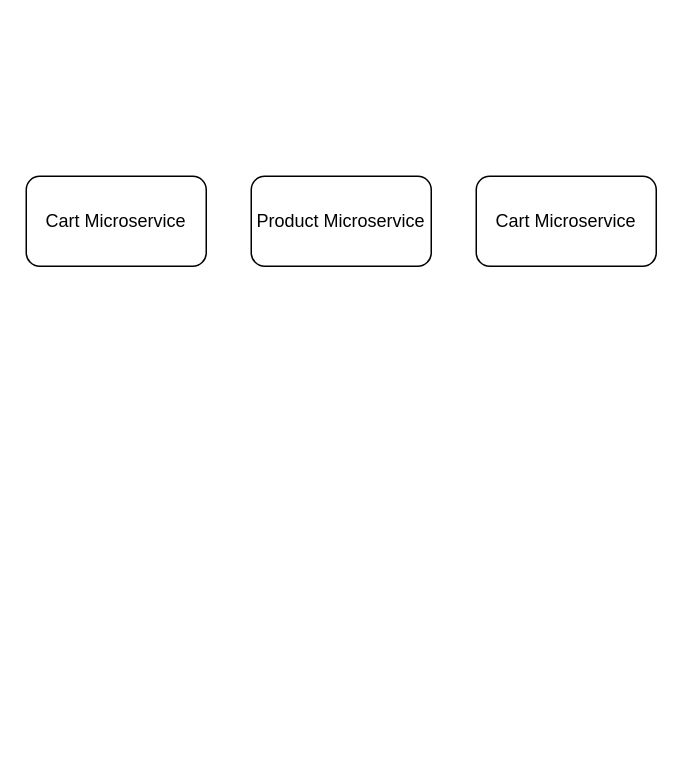
This is layeredArchitecture.drawio from aks805/318Diagrams, a draw.io file, before an edit. Source tidied: cells renumbered, new cells numbered last; positions are measured from the earlier drawing's top-left corner, leaving out a move shared by most shapes. Both pictures are drawn from the tidied source at 150%, with x=0, y=0 at pixel (26, 176).
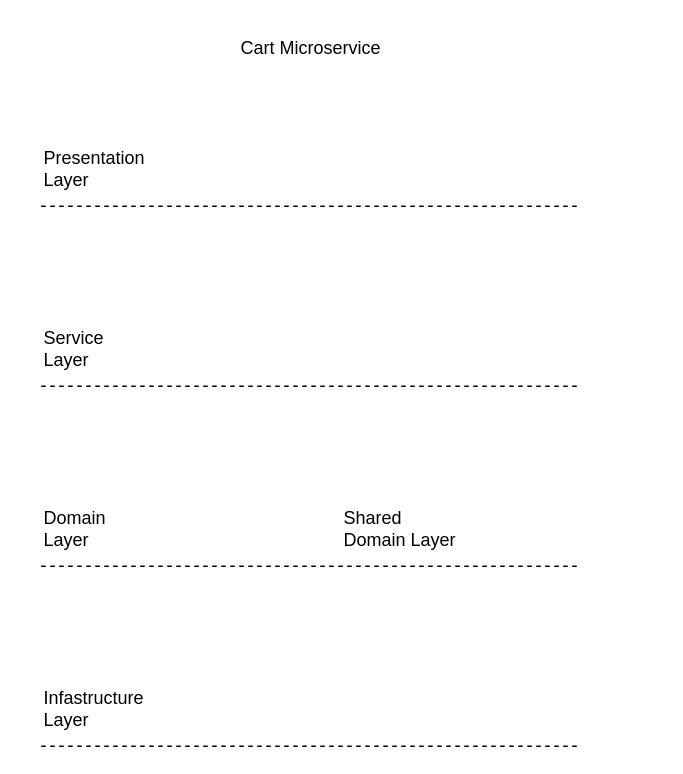
The same page after the edit.

Diff of the diagram source:
```diff
@@
 <mxGraphModel>
   <root>
     <mxCell id="0" />
     <mxCell id="1" parent="0" />
-    <mxCell id="2" value="Cart Microservice" style="rounded=1;whiteSpace=wrap;html=1;" parent="1" vertex="1">
-      <mxGeometry width="120" height="60" as="geometry" />
-    </mxCell>
-    <mxCell id="3" value="Product Microservice" style="rounded=1;whiteSpace=wrap;html=1;" parent="1" vertex="1">
-      <mxGeometry x="150" width="120" height="60" as="geometry" />
-    </mxCell>
-    <mxCell id="4" value="Cart Microservice" style="rounded=1;whiteSpace=wrap;html=1;" parent="1" vertex="1">
-      <mxGeometry x="300" width="120" height="60" as="geometry" />
-    </mxCell>
+    <mxCell id="5" value="Cart Microservice" style="text;html=1;align=center;verticalAlign=middle;whiteSpace=wrap;rounded=0;" parent="1" vertex="1">
+      <mxGeometry x="130" y="-100" width="120" height="30" as="geometry" />
+    </mxCell>
+    <mxCell id="6" style="endArrow=none;html=1;rounded=0;fixDash=1;curved=0;dashed=1;" parent="1" edge="1">
+      <mxGeometry relative="1" as="geometry">
+        <mxPoint x="10" y="20" as="sourcePoint" />
+        <mxPoint x="370" y="20" as="targetPoint" />
+      </mxGeometry>
+    </mxCell>
+    <mxCell id="7" style="endArrow=none;html=1;rounded=0;dashed=1;" parent="1" edge="1">
+      <mxGeometry relative="1" as="geometry">
+        <mxPoint x="10" y="140" as="sourcePoint" />
+        <mxPoint x="370" y="140" as="targetPoint" />
+      </mxGeometry>
+    </mxCell>
+    <mxCell id="8" style="endArrow=none;html=1;rounded=0;dashed=1;" parent="1" edge="1">
+      <mxGeometry relative="1" as="geometry">
+        <mxPoint x="10" y="260" as="sourcePoint" />
+        <mxPoint x="370" y="260" as="targetPoint" />
+      </mxGeometry>
+    </mxCell>
+    <mxCell id="9" value="Presentation Layer" style="text;html=1;align=left;verticalAlign=middle;whiteSpace=wrap;rounded=0;" parent="1" vertex="1">
+      <mxGeometry x="10" y="-20" width="60" height="30" as="geometry" />
+    </mxCell>
+    <mxCell id="10" value="Service Layer" style="text;html=1;align=left;verticalAlign=middle;whiteSpace=wrap;rounded=0;" parent="1" vertex="1">
+      <mxGeometry x="10" y="100" width="60" height="30" as="geometry" />
+    </mxCell>
+    <mxCell id="11" value="Domain Layer" style="text;html=1;align=left;verticalAlign=middle;whiteSpace=wrap;rounded=0;" parent="1" vertex="1">
+      <mxGeometry x="10" y="220" width="60" height="30" as="geometry" />
+    </mxCell>
+    <mxCell id="12" value="Infastructure Layer" style="text;html=1;align=left;verticalAlign=middle;whiteSpace=wrap;rounded=0;" parent="1" vertex="1">
+      <mxGeometry x="10" y="340" width="60" height="30" as="geometry" />
+    </mxCell>
+    <mxCell id="13" style="endArrow=none;html=1;rounded=0;dashed=1;" parent="1" edge="1">
+      <mxGeometry relative="1" as="geometry">
+        <mxPoint x="10" y="380" as="sourcePoint" />
+        <mxPoint x="370" y="380" as="targetPoint" />
+      </mxGeometry>
+    </mxCell>
+    <mxCell id="14" value="Shared Domain Layer" style="text;html=1;align=left;verticalAlign=middle;whiteSpace=wrap;rounded=0;" parent="1" vertex="1">
+      <mxGeometry x="210" y="220" width="80" height="30" as="geometry" />
+    </mxCell>
   </root>
 </mxGraphModel>
```
